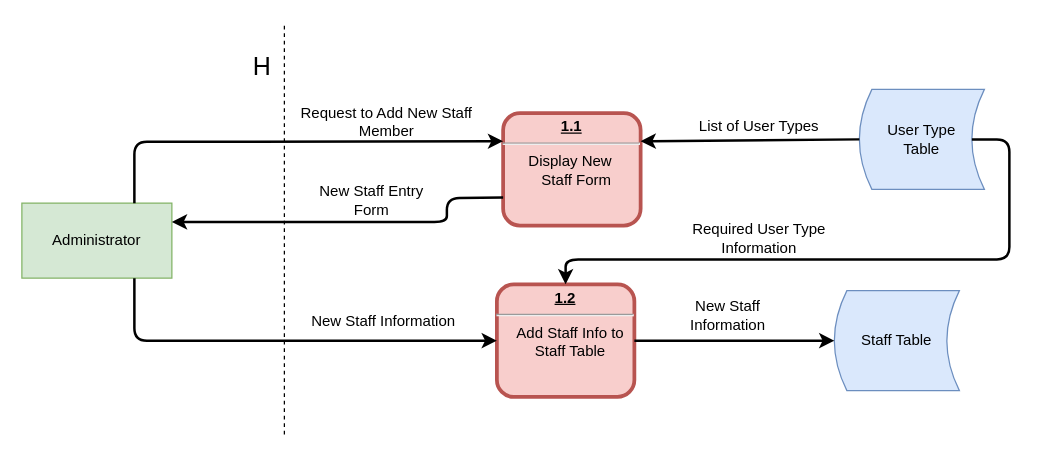
The draw.io diagram page "1: Create Staff" (2 of 20) of Diagrams/DFD/Level 1 DFDs.drawio in Harlento/SchedulingSystem, before the edit. Source tidied: cells renumbered, new cells numbered last; positions are measured from the earlier drawing's top-left corner, leaving out a move shared by most shapes. Both pictures are drawn from the tidied source at 125%, with x=0, y=0 at pixel (21, 21).
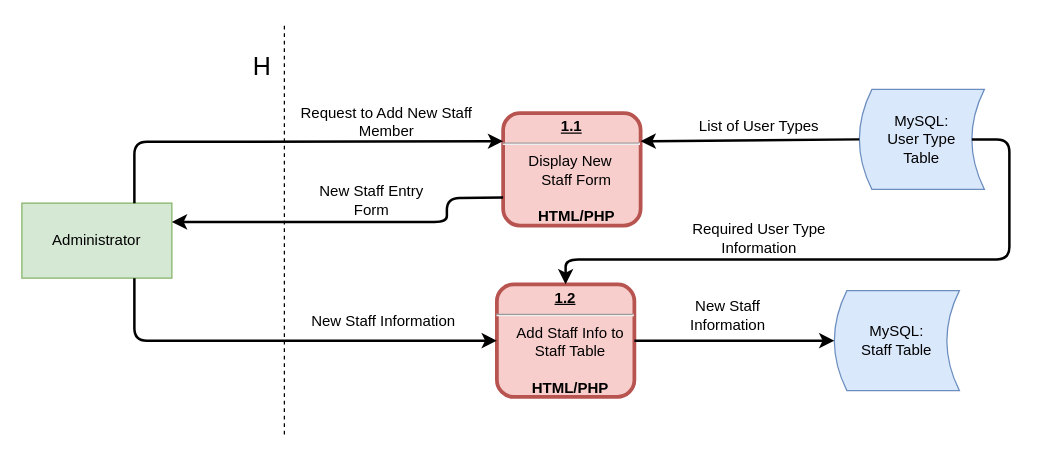
The same diagram, later.

What changed in the source:
```diff
@@
-    <mxCell id="2" value="Staff Table" style="shape=dataStorage;whiteSpace=wrap;html=1;fillColor=#dae8fc;strokeColor=#6c8ebf;" parent="1" vertex="1">
+    <mxCell id="2" value="MySQL:&lt;br&gt;Staff Table" style="shape=dataStorage;whiteSpace=wrap;html=1;fillColor=#dae8fc;strokeColor=#6c8ebf;" parent="1" vertex="1">
       <mxGeometry x="650" y="215" width="100" height="80" as="geometry" />
     </mxCell>
@@
-    <mxCell id="4" value="&lt;p style=&quot;margin: 0px ; margin-top: 4px ; text-align: center ; text-decoration: underline&quot;&gt;1.2&lt;/p&gt;&lt;hr&gt;&lt;p style=&quot;margin: 0px ; margin-left: 8px&quot;&gt;&lt;span style=&quot;font-weight: 400 ; white-space: normal&quot;&gt;Add Staff Info to Staff Table&lt;/span&gt;&lt;/p&gt;" style="verticalAlign=middle;align=center;overflow=fill;fontSize=12;fontFamily=Helvetica;html=1;rounded=1;fontStyle=1;strokeWidth=3;fillColor=#f8cecc;strokeColor=#b85450;" parent="1" vertex="1">
+    <mxCell id="4" value="&lt;p style=&quot;margin: 0px ; margin-top: 4px ; text-align: center ; text-decoration: underline&quot;&gt;1.2&lt;/p&gt;&lt;hr&gt;&lt;p style=&quot;margin: 0px ; margin-left: 8px&quot;&gt;&lt;span style=&quot;font-weight: 400 ; white-space: normal&quot;&gt;Add Staff Info to Staff Table&lt;/span&gt;&lt;/p&gt;&lt;p style=&quot;margin: 0px ; margin-left: 8px&quot;&gt;&lt;span style=&quot;font-weight: 400 ; white-space: normal&quot;&gt;&lt;br&gt;&lt;/span&gt;&lt;/p&gt;&lt;p style=&quot;margin: 0px ; margin-left: 8px&quot;&gt;&lt;span style=&quot;white-space: normal&quot;&gt;HTML/PHP&lt;/span&gt;&lt;span style=&quot;font-weight: 400 ; white-space: normal&quot;&gt;&lt;br&gt;&lt;/span&gt;&lt;/p&gt;" style="verticalAlign=middle;align=center;overflow=fill;fontSize=12;fontFamily=Helvetica;html=1;rounded=1;fontStyle=1;strokeWidth=3;fillColor=#f8cecc;strokeColor=#b85450;" parent="1" vertex="1">
       <mxGeometry x="380" y="210" width="110" height="90" as="geometry" />
     </mxCell>
@@
-    <mxCell id="11" value="&lt;p style=&quot;margin: 0px ; margin-top: 4px ; text-align: center ; text-decoration: underline&quot;&gt;1.1&lt;/p&gt;&lt;hr&gt;&lt;p style=&quot;margin: 0px ; margin-left: 8px&quot;&gt;&lt;span style=&quot;font-weight: 400 ; white-space: normal&quot;&gt;Display New&amp;nbsp; &amp;nbsp; Staff Form&lt;/span&gt;&lt;/p&gt;" style="verticalAlign=middle;align=center;overflow=fill;fontSize=12;fontFamily=Helvetica;html=1;rounded=1;fontStyle=1;strokeWidth=3;fillColor=#f8cecc;strokeColor=#b85450;" parent="1" vertex="1">
+    <mxCell id="11" value="&lt;p style=&quot;margin: 0px ; margin-top: 4px ; text-align: center ; text-decoration: underline&quot;&gt;1.1&lt;/p&gt;&lt;hr&gt;&lt;p style=&quot;margin: 0px ; margin-left: 8px&quot;&gt;&lt;span style=&quot;font-weight: 400 ; white-space: normal&quot;&gt;Display New&amp;nbsp; &amp;nbsp; Staff Form&lt;/span&gt;&lt;/p&gt;&lt;p style=&quot;margin: 0px ; margin-left: 8px&quot;&gt;&lt;span style=&quot;font-weight: 400 ; white-space: normal&quot;&gt;&lt;br&gt;&lt;/span&gt;&lt;/p&gt;&lt;p style=&quot;margin: 0px ; margin-left: 8px&quot;&gt;&lt;span style=&quot;white-space: normal&quot;&gt;HTML/PHP&lt;/span&gt;&lt;span style=&quot;font-weight: 400 ; white-space: normal&quot;&gt;&lt;br&gt;&lt;/span&gt;&lt;/p&gt;" style="verticalAlign=middle;align=center;overflow=fill;fontSize=12;fontFamily=Helvetica;html=1;rounded=1;fontStyle=1;strokeWidth=3;fillColor=#f8cecc;strokeColor=#b85450;" parent="1" vertex="1">
       <mxGeometry x="385" y="73" width="110" height="90" as="geometry" />
     </mxCell>
@@
-    <mxCell id="16" value="User Type &lt;br&gt;Table" style="shape=dataStorage;whiteSpace=wrap;html=1;fillColor=#dae8fc;strokeColor=#6c8ebf;" parent="1" vertex="1">
+    <mxCell id="16" value="MySQL:&lt;br&gt;User Type &lt;br&gt;Table" style="shape=dataStorage;whiteSpace=wrap;html=1;fillColor=#dae8fc;strokeColor=#6c8ebf;" parent="1" vertex="1">
       <mxGeometry x="670" y="54" width="100" height="80" as="geometry" />
     </mxCell>
```
